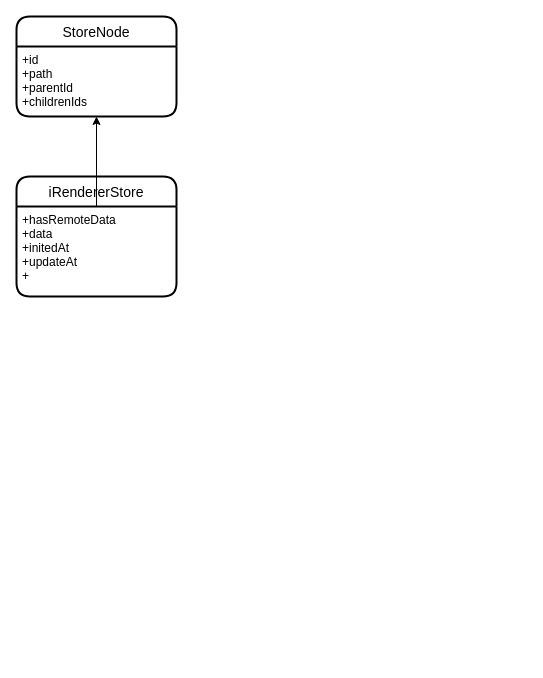
Before: Untitled Diagram.drawio in webboyvc/draw, a draw.io diagram. Source tidied: cells renumbered, new cells numbered last; positions are measured from the earlier drawing's top-left corner, leaving out a move shared by most shapes. Both pictures are drawn from the tidied source at 100%, with x=0, y=0 at pixel (16, 16).
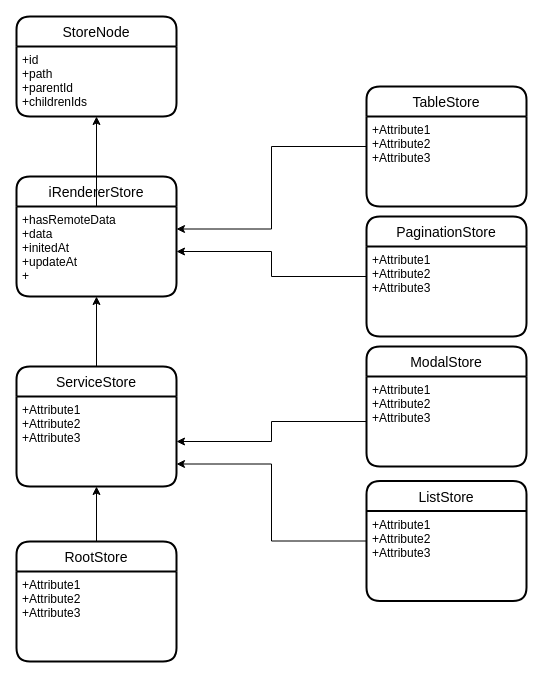
The same diagram, later.

Unchanged cells that the change refers to:
```xml
<mxCell id="5" value="+hasRemoteData&#10;+data&#10;+initedAt&#10;+updateAt&#10;+" style="align=left;strokeColor=none;fillColor=none;spacingLeft=4;fontSize=12;verticalAlign=top;" parent="4" vertex="1">
  <mxGeometry y="30" width="160" height="90" as="geometry" />
</mxCell>
```

Diff of the diagram source:
```diff
@@
+    <mxCell id="7" style="edgeStyle=orthogonalEdgeStyle;rounded=0;jettySize=auto;html=1;entryX=0.5;entryY=1;entryDx=0;entryDy=0;" parent="1" edge="1" source="8" target="5">
+      <mxGeometry relative="1" as="geometry" />
+    </mxCell>
+    <mxCell id="8" value="ServiceStore" style="swimlane;horizontal=1;startSize=30;rounded=1;fontSize=14;fontStyle=0;strokeWidth=2;shadow=0;dashed=0;align=center;" parent="1" vertex="1">
+      <mxGeometry y="350" width="160" height="120" as="geometry" />
+    </mxCell>
+    <mxCell id="9" value="+Attribute1&#10;+Attribute2&#10;+Attribute3" style="align=left;strokeColor=none;fillColor=none;spacingLeft=4;fontSize=12;verticalAlign=top;" parent="8" vertex="1">
+      <mxGeometry y="30" width="160" height="90" as="geometry" />
+    </mxCell>
+    <mxCell id="10" style="edgeStyle=orthogonalEdgeStyle;rounded=0;jettySize=auto;html=1;exitX=0.5;exitY=0;exitDx=0;exitDy=0;entryX=0.5;entryY=1;entryDx=0;entryDy=0;" parent="1" edge="1" source="11" target="9">
+      <mxGeometry relative="1" as="geometry" />
+    </mxCell>
+    <mxCell id="11" value="RootStore" style="swimlane;horizontal=1;startSize=30;rounded=1;fontSize=14;fontStyle=0;strokeWidth=2;shadow=0;dashed=0;align=center;" parent="1" vertex="1">
+      <mxGeometry y="525" width="160" height="120" as="geometry" />
+    </mxCell>
+    <mxCell id="12" value="+Attribute1&#10;+Attribute2&#10;+Attribute3" style="align=left;strokeColor=none;fillColor=none;spacingLeft=4;fontSize=12;verticalAlign=top;" parent="11" vertex="1">
+      <mxGeometry y="30" width="160" height="90" as="geometry" />
+    </mxCell>
+    <mxCell id="13" style="edgeStyle=orthogonalEdgeStyle;rounded=0;jettySize=auto;html=1;entryX=1;entryY=0.5;entryDx=0;entryDy=0;" parent="1" edge="1" source="14" target="5">
+      <mxGeometry relative="1" as="geometry" />
+    </mxCell>
+    <mxCell id="14" value="PaginationStore" style="swimlane;horizontal=1;startSize=30;rounded=1;fontSize=14;fontStyle=0;strokeWidth=2;shadow=0;dashed=0;align=center;" parent="1" vertex="1">
+      <mxGeometry x="350" y="200" width="160" height="120" as="geometry" />
+    </mxCell>
+    <mxCell id="15" value="+Attribute1&#10;+Attribute2&#10;+Attribute3" style="align=left;strokeColor=none;fillColor=none;spacingLeft=4;fontSize=12;verticalAlign=top;" parent="14" vertex="1">
+      <mxGeometry y="30" width="160" height="90" as="geometry" />
+    </mxCell>
+    <mxCell id="16" style="edgeStyle=orthogonalEdgeStyle;rounded=0;jettySize=auto;html=1;entryX=1;entryY=0.25;entryDx=0;entryDy=0;" parent="1" edge="1" source="17" target="5">
+      <mxGeometry relative="1" as="geometry" />
+    </mxCell>
+    <mxCell id="17" value="TableStore" style="swimlane;horizontal=1;startSize=30;rounded=1;fontSize=14;fontStyle=0;strokeWidth=2;shadow=0;dashed=0;align=center;" parent="1" vertex="1">
+      <mxGeometry x="350" y="70" width="160" height="120" as="geometry" />
+    </mxCell>
+    <mxCell id="18" value="+Attribute1&#10;+Attribute2&#10;+Attribute3" style="align=left;strokeColor=none;fillColor=none;spacingLeft=4;fontSize=12;verticalAlign=top;" parent="17" vertex="1">
+      <mxGeometry y="30" width="160" height="90" as="geometry" />
+    </mxCell>
+    <mxCell id="19" value="ModalStore" style="swimlane;horizontal=1;startSize=30;rounded=1;fontSize=14;fontStyle=0;strokeWidth=2;shadow=0;dashed=0;align=center;" parent="1" vertex="1">
+      <mxGeometry x="350" y="330" width="160" height="120" as="geometry" />
+    </mxCell>
+    <mxCell id="20" value="+Attribute1&#10;+Attribute2&#10;+Attribute3" style="align=left;strokeColor=none;fillColor=none;spacingLeft=4;fontSize=12;verticalAlign=top;" parent="19" vertex="1">
+      <mxGeometry y="30" width="160" height="90" as="geometry" />
+    </mxCell>
+    <mxCell id="21" style="edgeStyle=orthogonalEdgeStyle;rounded=0;jettySize=auto;html=1;" parent="1" edge="1" source="20" target="9">
+      <mxGeometry relative="1" as="geometry" />
+    </mxCell>
+    <mxCell id="22" style="edgeStyle=orthogonalEdgeStyle;rounded=0;jettySize=auto;html=1;entryX=1;entryY=0.75;entryDx=0;entryDy=0;" parent="1" edge="1" source="23" target="9">
+      <mxGeometry relative="1" as="geometry" />
+    </mxCell>
+    <mxCell id="23" value="ListStore" style="swimlane;horizontal=1;startSize=30;rounded=1;fontSize=14;fontStyle=0;strokeWidth=2;shadow=0;dashed=0;align=center;" parent="1" vertex="1">
+      <mxGeometry x="350" y="464.5" width="160" height="120" as="geometry" />
+    </mxCell>
+    <mxCell id="24" value="+Attribute1&#10;+Attribute2&#10;+Attribute3" style="align=left;strokeColor=none;fillColor=none;spacingLeft=4;fontSize=12;verticalAlign=top;" parent="23" vertex="1">
+      <mxGeometry y="30" width="160" height="90" as="geometry" />
+    </mxCell>
```
